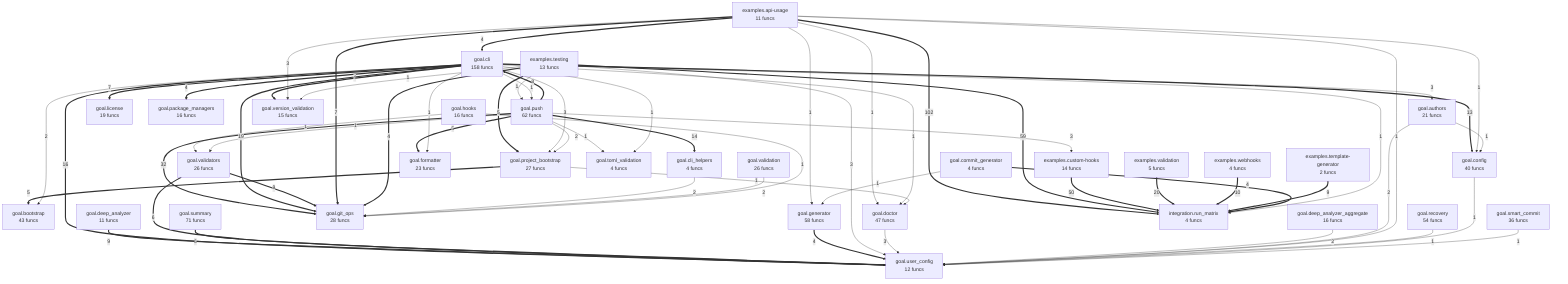
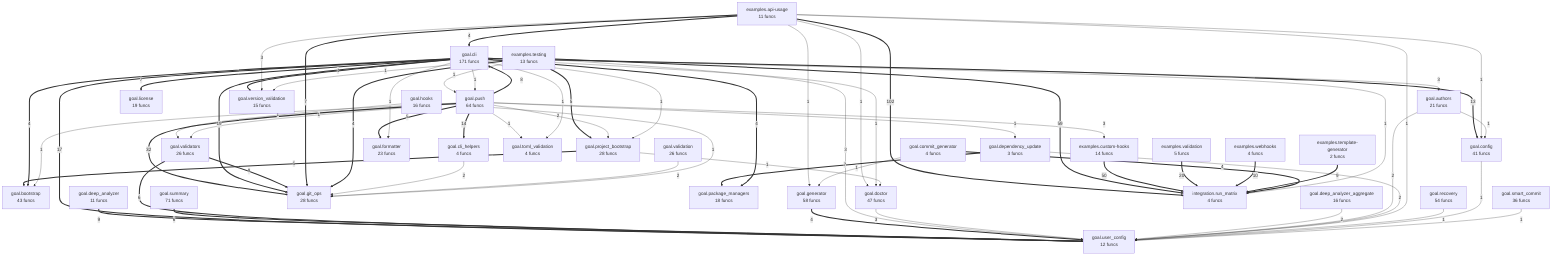
flowchart TD
- %% generated in 0.03s
+ %% generated in 0.02s
    examples__api_usage["examples.api-usage<br/>11 funcs"]
    examples__custom_hooks["examples.custom-hooks<br/>14 funcs"]
    examples__template_generator["examples.template-generator<br/>2 funcs"]
    examples__testing["examples.testing<br/>13 funcs"]
    examples__validation["examples.validation<br/>5 funcs"]
    examples__webhooks["examples.webhooks<br/>4 funcs"]
    goal__authors["goal.authors<br/>21 funcs"]
    goal__bootstrap["goal.bootstrap<br/>43 funcs"]
-     goal__cli["goal.cli<br/>158 funcs"]
+     goal__cli["goal.cli<br/>171 funcs"]
    goal__cli_helpers["goal.cli_helpers<br/>4 funcs"]
    goal__commit_generator["goal.commit_generator<br/>4 funcs"]
-     goal__config["goal.config<br/>40 funcs"]
+     goal__config["goal.config<br/>41 funcs"]
    goal__deep_analyzer["goal.deep_analyzer<br/>11 funcs"]
    goal__deep_analyzer_aggregate["goal.deep_analyzer_aggregate<br/>16 funcs"]
+     goal__dependency_update["goal.dependency_update<br/>3 funcs"]
    goal__doctor["goal.doctor<br/>47 funcs"]
    goal__formatter["goal.formatter<br/>23 funcs"]
    goal__generator["goal.generator<br/>58 funcs"]
    goal__git_ops["goal.git_ops<br/>28 funcs"]
    goal__hooks["goal.hooks<br/>16 funcs"]
    goal__license["goal.license<br/>19 funcs"]
-     goal__package_managers["goal.package_managers<br/>16 funcs"]
-     goal__project_bootstrap["goal.project_bootstrap<br/>27 funcs"]
-     goal__push["goal.push<br/>62 funcs"]
+     goal__package_managers["goal.package_managers<br/>18 funcs"]
+     goal__project_bootstrap["goal.project_bootstrap<br/>28 funcs"]
+     goal__push["goal.push<br/>64 funcs"]
    goal__recovery["goal.recovery<br/>54 funcs"]
    goal__smart_commit["goal.smart_commit<br/>36 funcs"]
    goal__summary["goal.summary<br/>71 funcs"]
    goal__toml_validation["goal.toml_validation<br/>4 funcs"]
    goal__user_config["goal.user_config<br/>12 funcs"]
    goal__validation["goal.validation<br/>26 funcs"]
    goal__validators["goal.validators<br/>26 funcs"]
    goal__version_validation["goal.version_validation<br/>15 funcs"]
    integration__run_matrix["integration.run_matrix<br/>4 funcs"]
    examples__api_usage ==>|102| integration__run_matrix
    examples__testing ==>|59| integration__run_matrix
    examples__custom_hooks ==>|50| integration__run_matrix
    goal__push ==>|32| goal__git_ops
    examples__validation ==>|20| integration__run_matrix
    goal__cli ==>|19| goal__git_ops
-     goal__cli ==>|16| goal__user_config
+     goal__cli ==>|17| goal__user_config
    goal__push ==>|14| goal__cli_helpers
    goal__cli ==>|13| goal__config
    examples__webhooks ==>|10| integration__run_matrix
    examples__template_generator ==>|9| integration__run_matrix
    goal__deep_analyzer ==>|9| goal__user_config
    goal__validators ==>|9| goal__git_ops
    goal__push ==>|8| goal__cli
    examples__api_usage ==>|7| goal__git_ops
    goal__cli ==>|7| goal__license
+     goal__dependency_update ==>|7| goal__package_managers
    goal__validators ==>|6| goal__user_config
    goal__summary ==>|6| goal__user_config
    examples__testing ==>|5| goal__project_bootstrap
    goal__push ==>|5| goal__formatter
    goal__project_bootstrap ==>|5| goal__bootstrap
    examples__api_usage ==>|4| goal__cli
    examples__testing ==>|4| goal__git_ops
    goal__commit_generator ==>|4| integration__run_matrix
    goal__generator ==>|4| goal__user_config
+     goal__cli ==>|4| goal__bootstrap
+     goal__cli ==>|4| goal__package_managers
    goal__cli ==>|4| goal__version_validation
-     goal__cli ==>|4| goal__package_managers
    examples__api_usage -->|3| goal__version_validation
    examples__testing -->|3| goal__user_config
    goal__push -->|3| examples__custom_hooks
    goal__cli -->|3| goal__authors
-     goal__cli -->|3| goal__project_bootstrap
    goal__doctor -->|3| goal__user_config
    goal__deep_analyzer_aggregate -->|2| goal__user_config
    goal__cli_helpers -->|2| goal__git_ops
-     goal__push -->|2| goal__project_bootstrap
-     goal__cli -->|2| goal__bootstrap
    goal__validation -->|2| goal__git_ops
    goal__authors -->|2| goal__user_config
+     goal__dependency_update -->|2| goal__user_config
+     goal__push -->|2| goal__project_bootstrap
    examples__api_usage -->|1| goal__config
    examples__api_usage -->|1| goal__user_config
    examples__api_usage -->|1| goal__doctor
    examples__api_usage -->|1| goal__generator
    examples__testing -->|1| goal__version_validation
    examples__testing -->|1| goal__push
    goal__cli -->|1| integration__run_matrix
    goal__commit_generator -->|1| goal__generator
    goal__hooks -->|1| goal__git_ops
    goal__hooks -->|1| goal__validators
    goal__recovery -->|1| goal__user_config
-     goal__push -->|1| goal__toml_validation
-     goal__push -->|1| goal__validators
    goal__cli -->|1| goal__doctor
    goal__cli -->|1| goal__formatter
-     goal__cli -->|1| goal__toml_validation
+     goal__cli -->|1| goal__project_bootstrap
    goal__cli -->|1| goal__push
    goal__config -->|1| goal__user_config
    goal__smart_commit -->|1| goal__user_config
    goal__authors -->|1| goal__config
    goal__project_bootstrap -->|1| goal__doctor
+     goal__push -->|1| goal__toml_validation
+     goal__push -->|1| goal__dependency_update
+     goal__push -->|1| goal__bootstrap
+     goal__push -->|1| goal__validators
+     goal__cli -->|1| goal__toml_validation
